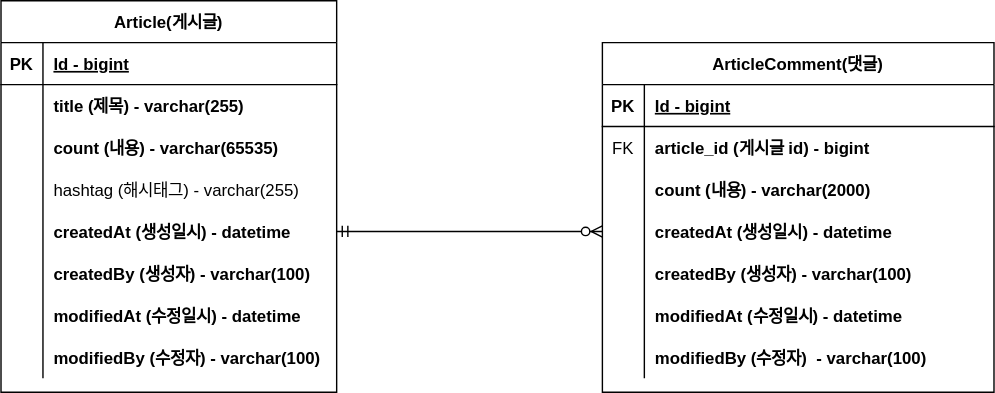
Earlier version of the draw.io export document/project-board-erd.svg (oyoungsun/fastcampus-project-board-1). Source tidied: cells renumbered, new cells last; positions are measured from the earlier drawing's top-left corner, leaving out a move shared by most shapes.
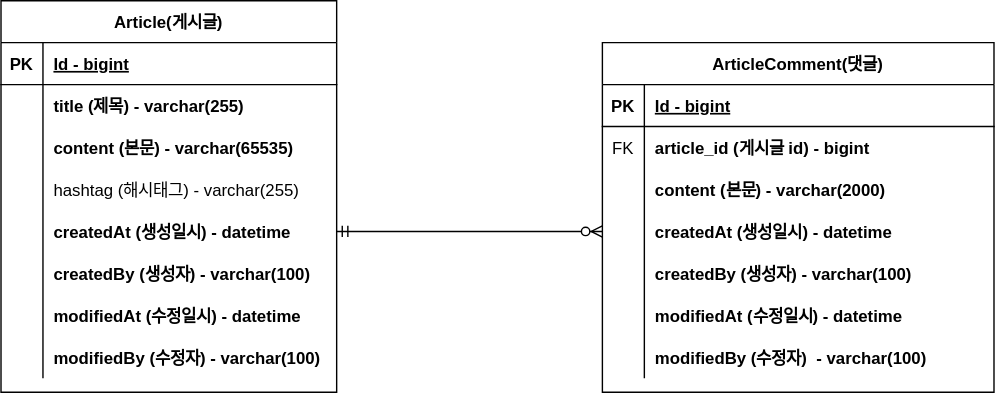
Above is the later version.

Commit message:
#8 - ERD 주석 업데이트 : project-board-erd.svg

What changed in the source:
```diff
@@ -29,7 +29,7 @@
     <mxCell id="10" style="shape=partialRectangle;fillColor=none;top=0;left=0;bottom=0;right=0;overflow=hidden;" parent="9" vertex="1">
       <mxGeometry width="30" height="30" as="geometry" />
     </mxCell>
-    <mxCell id="11" value="count (내용) - varchar(65535)" style="shape=partialRectangle;fillColor=none;top=0;left=0;bottom=0;right=0;align=left;spacingLeft=6;overflow=hidden;fontStyle=1;" parent="9" vertex="1">
+    <mxCell id="11" value="content (본문) - varchar(65535)" style="shape=partialRectangle;fillColor=none;top=0;left=0;bottom=0;right=0;align=left;spacingLeft=6;overflow=hidden;fontStyle=1;" parent="9" vertex="1">
       <mxGeometry x="30" width="210" height="30" as="geometry" />
     </mxCell>
     <mxCell id="12" style="shape=tableRow;horizontal=0;startSize=0;swimlaneHead=0;swimlaneBody=0;fillColor=none;top=0;left=0;right=0;bottom=0;" parent="2" vertex="1">
@@ -104,7 +104,7 @@
     <mxCell id="35" style="shape=partialRectangle;fillColor=none;top=0;left=0;bottom=0;right=0;overflow=hidden;" parent="34" vertex="1">
       <mxGeometry width="30" height="30" as="geometry" />
     </mxCell>
-    <mxCell id="36" value="count (내용) - varchar(2000)" style="shape=partialRectangle;fillColor=none;top=0;left=0;bottom=0;right=0;align=left;spacingLeft=6;overflow=hidden;fontStyle=1;" parent="34" vertex="1">
+    <mxCell id="36" value="content (본문) - varchar(2000)" style="shape=partialRectangle;fillColor=none;top=0;left=0;bottom=0;right=0;align=left;spacingLeft=6;overflow=hidden;fontStyle=1;" parent="34" vertex="1">
       <mxGeometry x="30" width="250" height="30" as="geometry" />
     </mxCell>
     <mxCell id="37" style="shape=tableRow;horizontal=0;startSize=0;swimlaneHead=0;swimlaneBody=0;fillColor=none;points=[[0,0.5],[1,0.5]];portConstraint=eastwest;top=0;left=0;right=0;bottom=0;" parent="27" vertex="1">
```
